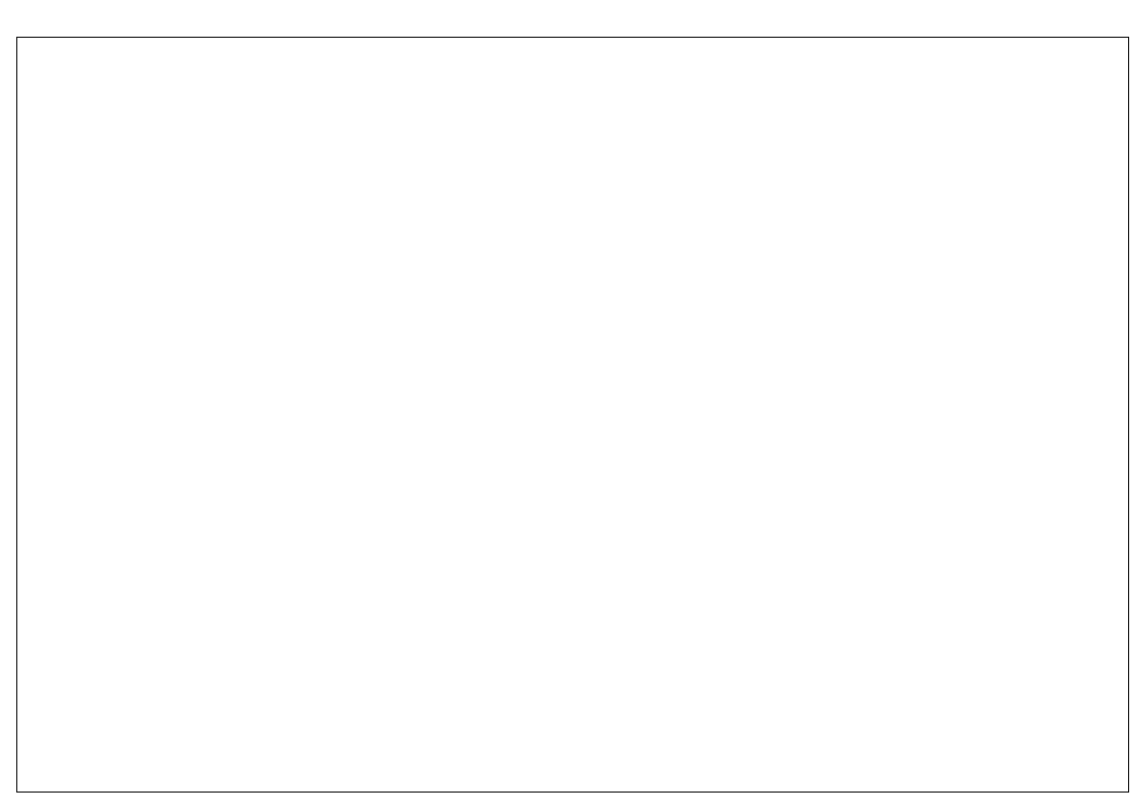
Earlier version of the draw.io diagram presentation-2023-02-22_2.drawio (yokikim/Report-resource-linux). Source tidied: cells renumbered, new cells numbered last; positions are measured from the earlier drawing's top-left corner, leaving out a move shared by most shapes. Both pictures are drawn from the tidied source at 102%, with x=0, y=0 at pixel (16, 37).
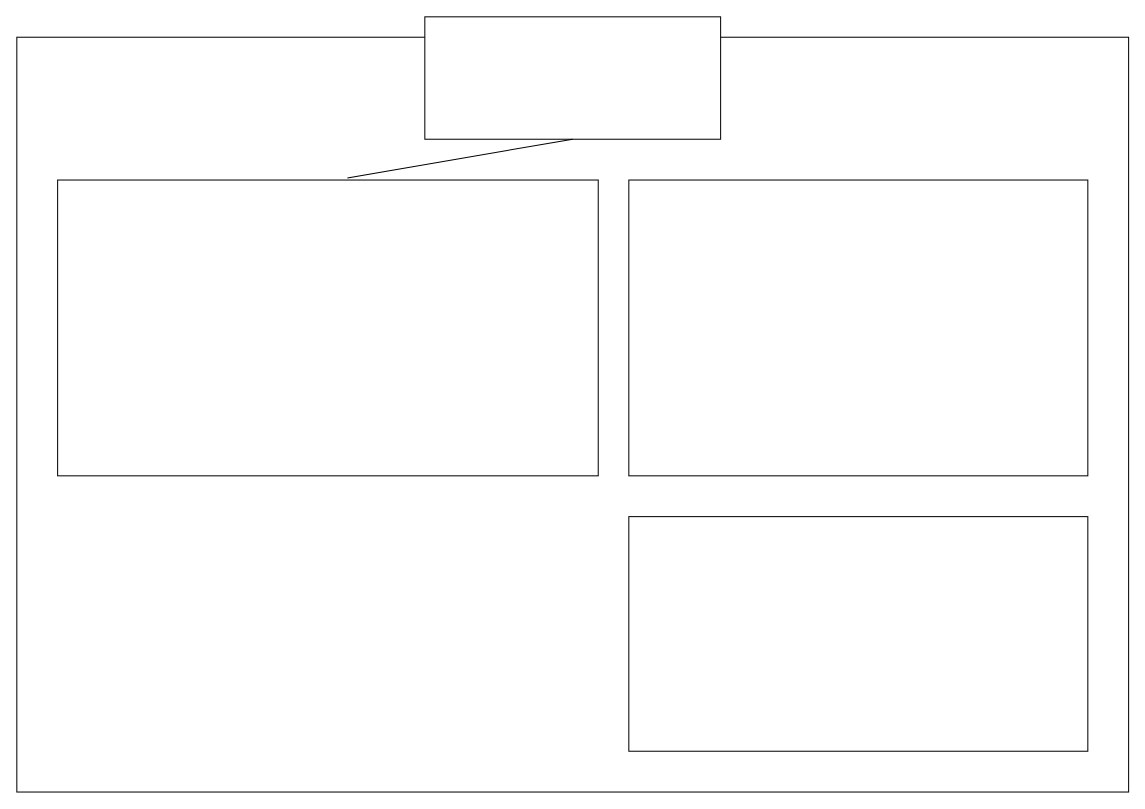
Above is the later version.

What changed in the source:
```diff
@@
 <mxGraphModel>
   <root>
     <mxCell id="0" />
     <mxCell id="1" parent="0" />
     <mxCell id="2" style="rounded=0;whiteSpace=wrap;html=1;" parent="1" vertex="1">
       <mxGeometry width="1090" height="740" as="geometry" />
     </mxCell>
     <mxCell id="3" parent="0" />
+    <mxCell id="4" style="rounded=0;whiteSpace=wrap;html=1;" parent="3" vertex="1">
+      <mxGeometry x="400" y="-20" width="290" height="120" as="geometry" />
+    </mxCell>
+    <mxCell id="5" style="rounded=0;whiteSpace=wrap;html=1;" parent="3" vertex="1">
+      <mxGeometry x="40" y="140" width="530" height="290" as="geometry" />
+    </mxCell>
+    <mxCell id="6" style="rounded=0;whiteSpace=wrap;html=1;" parent="3" vertex="1">
+      <mxGeometry x="600" y="140" width="450" height="290" as="geometry" />
+    </mxCell>
+    <mxCell id="7" style="rounded=0;whiteSpace=wrap;html=1;" parent="3" vertex="1">
+      <mxGeometry x="600" y="470" width="450" height="230" as="geometry" />
+    </mxCell>
+    <mxCell id="8" style="endArrow=none;html=1;rounded=0;entryX=0.5;entryY=1;entryDx=0;entryDy=0;exitX=0.536;exitY=-0.007;exitDx=0;exitDy=0;exitPerimeter=0;" parent="3" edge="1" source="5" target="4">
+      <mxGeometry relative="1" as="geometry" />
+    </mxCell>
   </root>
 </mxGraphModel>
```
